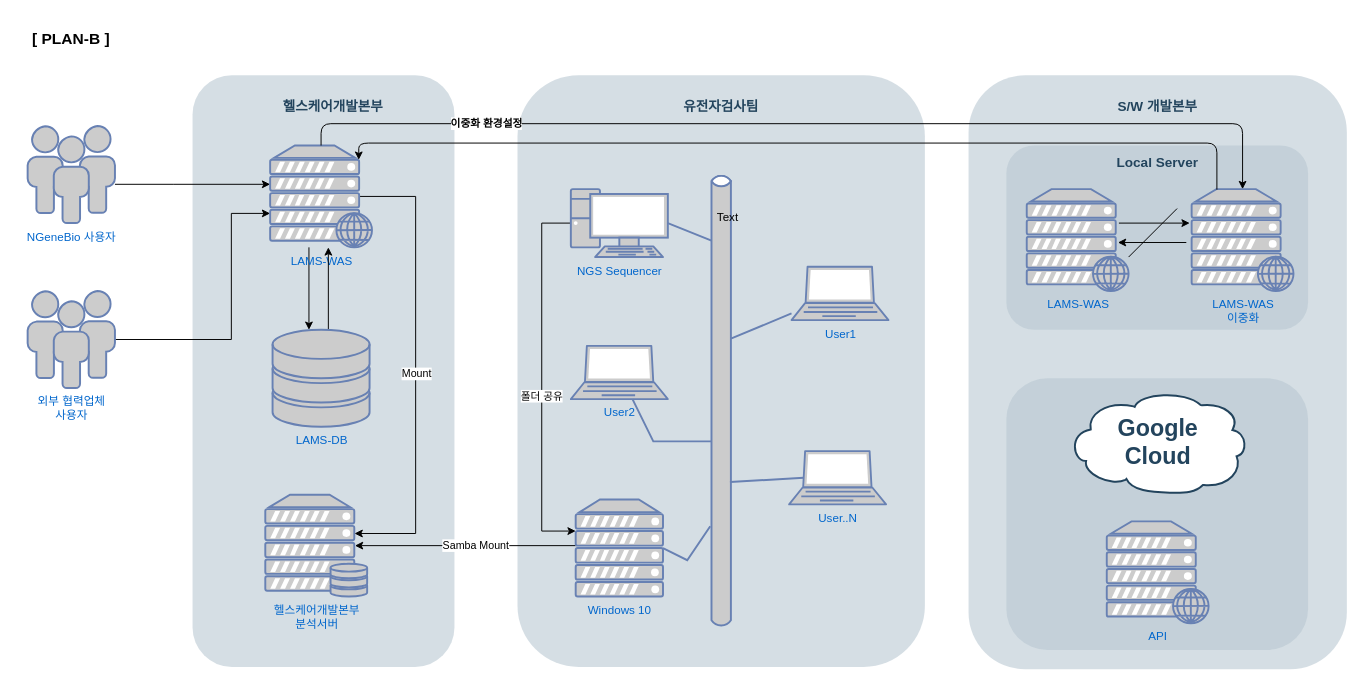
Above: 헬스케어개발본부_서버구성도_PLANB.drawio in JamesHField/NGENEBIO_Workflow (draw.io), before the change. Source tidied: cells renumbered, new cells numbered last; positions are measured from the earlier drawing's top-left corner, leaving out a move shared by most shapes. Both pictures are drawn from the tidied source at 97%, with x=0, y=0 at pixel (16, 16).
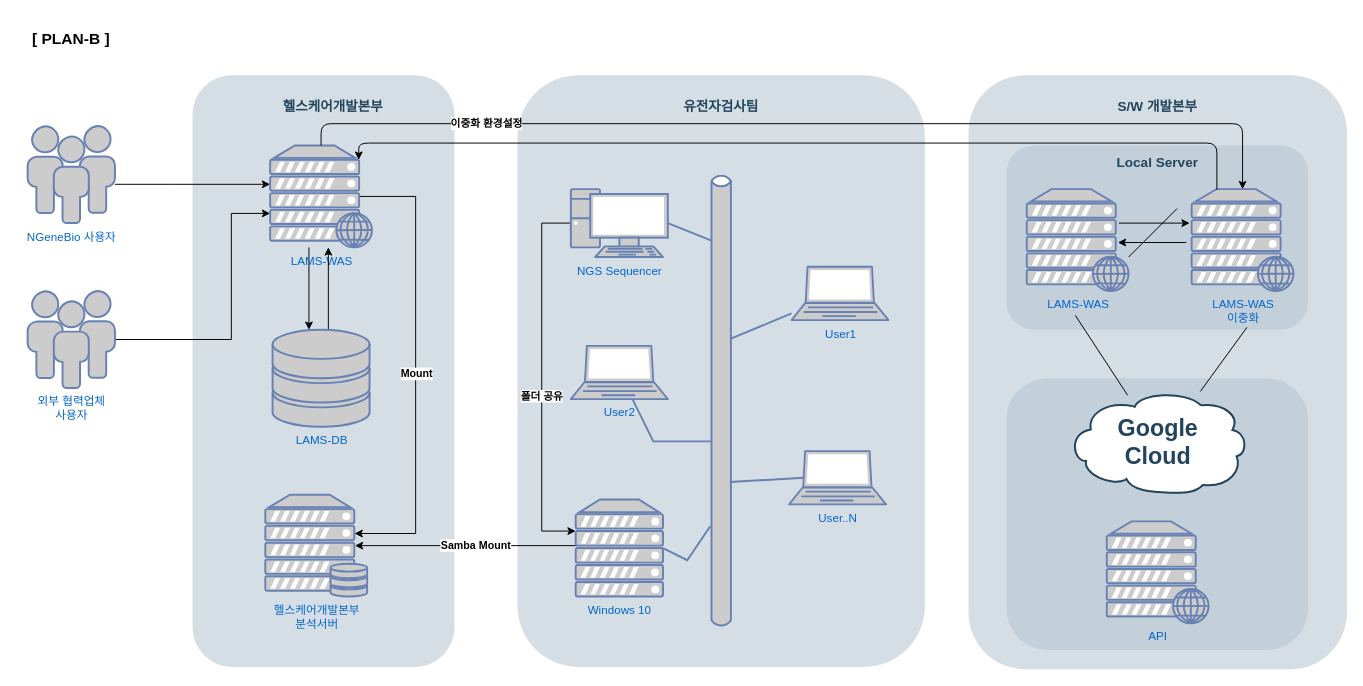
The same diagram, later.

Commit message (it also covers changes not shown here):
헬스케어개발본부_서버구성도_PLANB.drawio 업데이트

Unchanged cells that the change refers to:
```xml
<mxCell id="9" style="edgeStyle=orthogonalEdgeStyle;rounded=0;jettySize=auto;html=1;exitX=0.88;exitY=0.5;exitDx=0;exitDy=0;exitPerimeter=0;" parent="1" edge="1" source="11">
  <mxGeometry relative="1" as="geometry">
    <mxPoint x="348" y="532.5" as="targetPoint" />
    <Array as="points">
      <mxPoint x="411" y="185.5" />
      <mxPoint x="411" y="532.5" />
      <mxPoint x="348" y="532.5" />
    </Array>
  </mxGeometry>
</mxCell>
<mxCell id="21" style="edgeStyle=orthogonalEdgeStyle;rounded=0;jettySize=auto;html=1;exitX=0;exitY=0.5;exitDx=0;exitDy=0;exitPerimeter=0;" parent="1" edge="1" source="23" target="46">
  <mxGeometry relative="1" as="geometry">
    <Array as="points">
      <mxPoint x="541" y="213" />
      <mxPoint x="541" y="530" />
    </Array>
  </mxGeometry>
</mxCell>
<mxCell id="44" style="edgeStyle=orthogonalEdgeStyle;rounded=0;jettySize=auto;html=1;entryX=0.88;entryY=0.5;entryDx=0;entryDy=0;entryPerimeter=0;" parent="1" edge="1" source="46" target="7">
  <mxGeometry relative="1" as="geometry">
    <Array as="points">
      <mxPoint x="348" y="545" />
      <mxPoint x="348" y="545" />
    </Array>
  </mxGeometry>
</mxCell>
```

Diff of the diagram source:
```diff
@@
-    <mxCell id="10" value="Mount" style="edgeLabel;html=1;align=center;verticalAlign=middle;" parent="9" vertex="1">
+    <mxCell id="10" value="Mount" style="edgeLabel;html=1;align=center;verticalAlign=middle;fontStyle=1;" parent="9" vertex="1">
       <mxGeometry x="-0.15" y="2" relative="1" as="geometry">
         <mxPoint x="-2" y="41" as="offset" />
       </mxGeometry>
     </mxCell>
@@
-    <mxCell id="22" value="폴더 공유" style="edgeLabel;html=1;align=center;verticalAlign=middle;" parent="21" vertex="1">
+    <mxCell id="22" value="폴더 공유" style="edgeLabel;html=1;align=center;verticalAlign=middle;fontStyle=1;" parent="21" vertex="1">
       <mxGeometry x="0.09" y="-1" relative="1" as="geometry" />
     </mxCell>
@@
-    <mxCell id="45" value="Samba Mount" style="edgeLabel;html=1;align=center;verticalAlign=middle;" parent="44" vertex="1">
+    <mxCell id="45" value="Samba Mount" style="edgeLabel;html=1;align=center;verticalAlign=middle;fontStyle=1;" parent="44" vertex="1">
       <mxGeometry x="-0.09" y="-1" relative="1" as="geometry" />
     </mxCell>
@@
-    <mxCell id="47" value="Text" style="text;html=1;strokeColor=none;fillColor=none;align=center;verticalAlign=middle;whiteSpace=wrap;rounded=0;" parent="1" vertex="1">
-      <mxGeometry x="713" y="197" width="40" height="20" as="geometry" />
-    </mxCell>
@@
+    <mxCell id="49" style="endArrow=none;html=1;" parent="1" edge="1">
+      <mxGeometry relative="1" as="geometry">
+        <mxPoint x="1145" y="390" as="sourcePoint" />
+        <mxPoint x="1091" y="307.5" as="targetPoint" />
+      </mxGeometry>
+    </mxCell>
+    <mxCell id="50" style="endArrow=none;html=1;" parent="1" edge="1">
+      <mxGeometry relative="1" as="geometry">
+        <mxPoint x="1220" y="386" as="sourcePoint" />
+        <mxPoint x="1268" y="320" as="targetPoint" />
+      </mxGeometry>
+    </mxCell>
```
